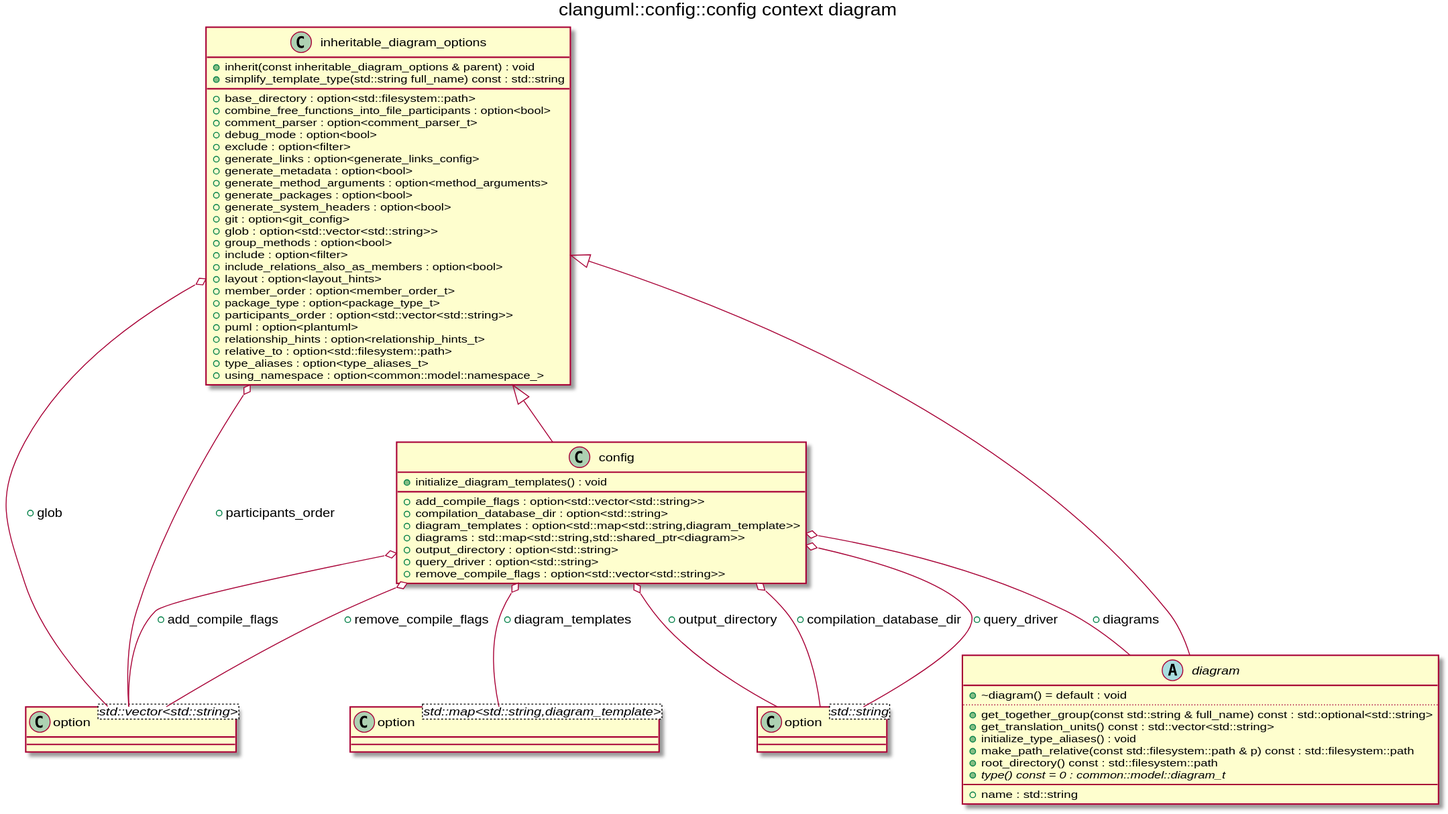
Above: config_context_class.svg in clang-uml/clang-uml.github.io (PlantUML), before the change.
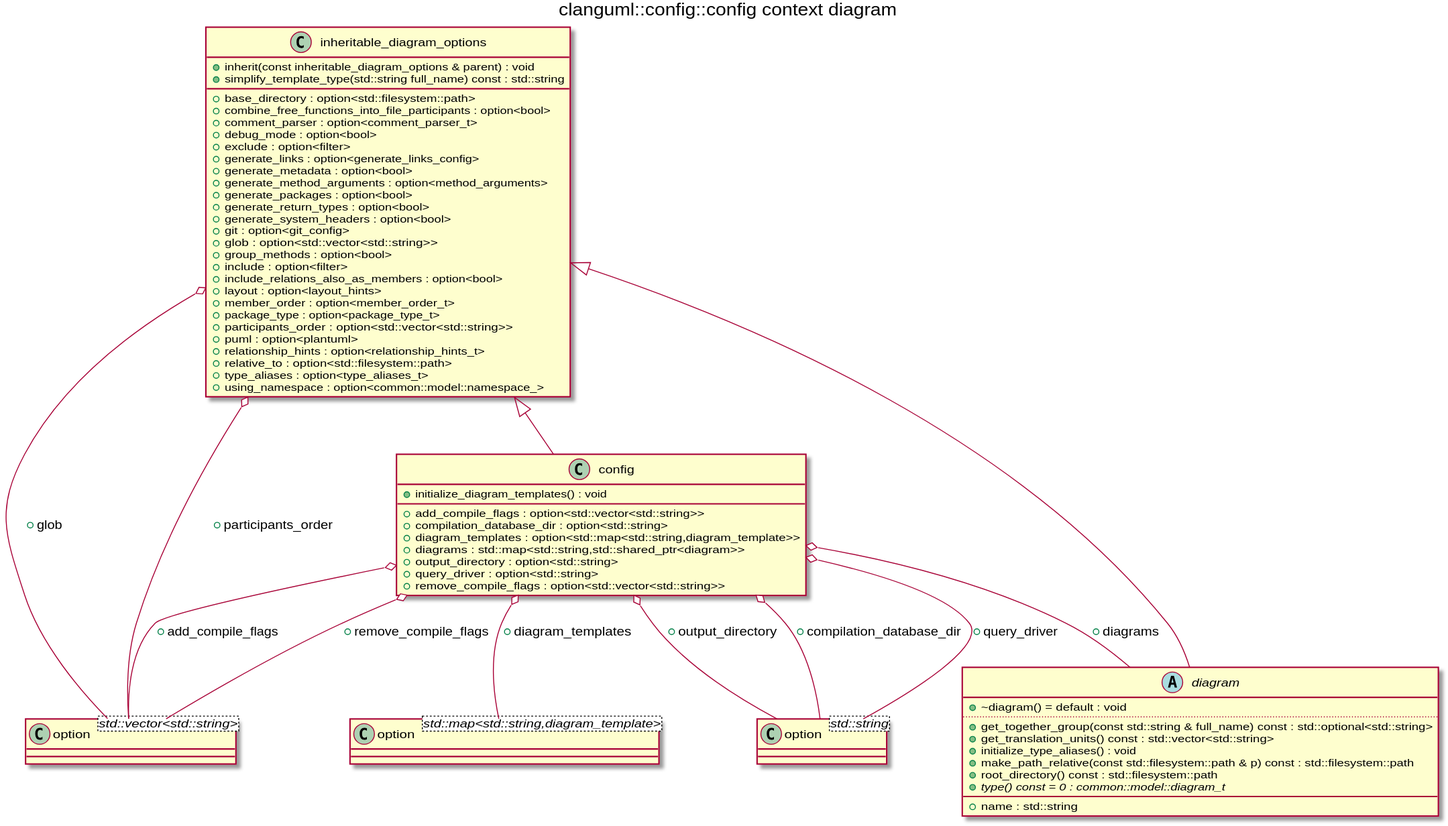
After the commit.

Change to the diagram source:
```diff
@@ -18,6 +18,7 @@
 +generate_metadata : option<bool> [[[{generate_metadata}]]]
 +generate_method_arguments : option<method_arguments> [[[{generate_method_arguments}]]]
 +generate_packages : option<bool> [[[{generate_packages}]]]
++generate_return_types : option<bool> [[[{generate_return_types}]]]
 +generate_system_headers : option<bool> [[[{generate_system_headers}]]]
 +git : option<git_config> [[[{git}]]]
 +glob : option<std::vector<std::string>> [[[{glob}]]]
```
